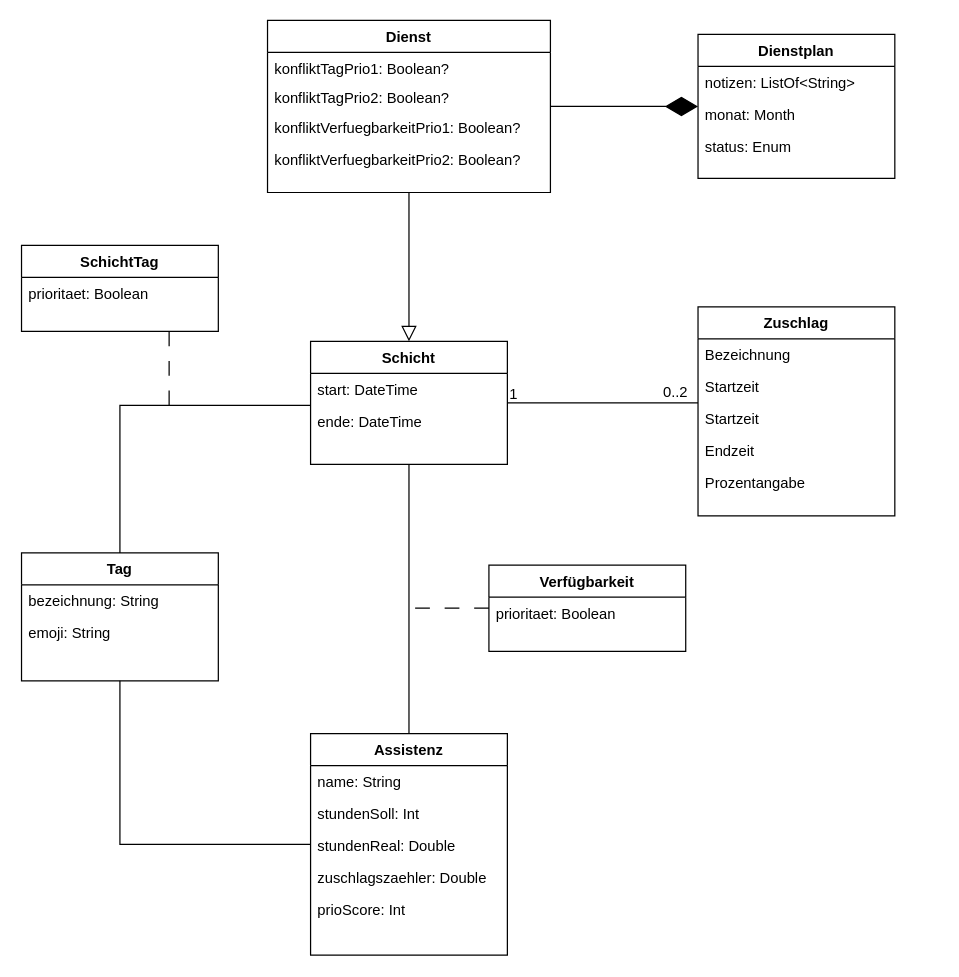
The draw.io diagram 4_Entwurf/4_UML/4_UML_Klassendiagramme/Domänenklassendiagramm_Anforderungsspezifikation.drawio in annikalenneper/praxisprojekt_mi_bachelor_SoSe24, before the edit. Source tidied: cells renumbered, new cells numbered last; positions are measured from the earlier drawing's top-left corner, leaving out a move shared by most shapes. Both pictures are drawn from the tidied source at 123%, with x=0, y=0 at pixel (21, 20).
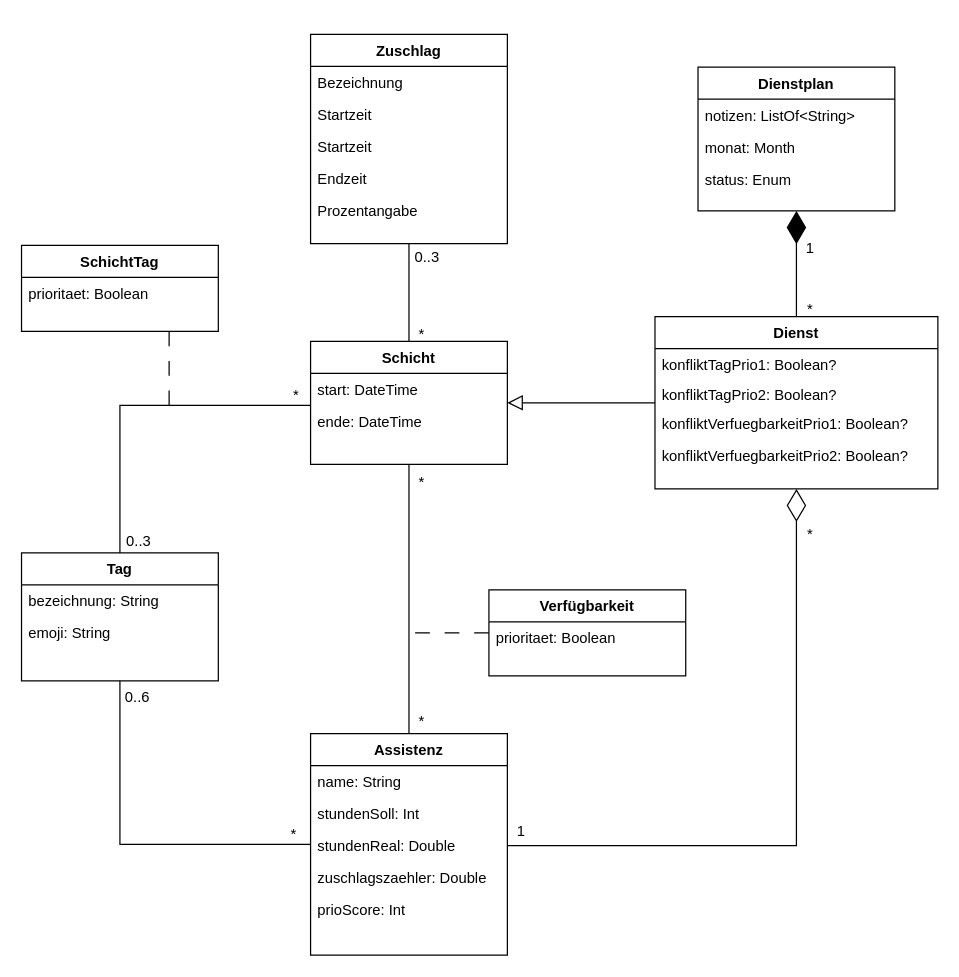
The same diagram, later.

Commit message:
finished revisited domain class model

The change refers to these unchanged cells:
```xml
<mxCell id="13" style="endArrow=none;shadow=0;strokeWidth=1;rounded=0;curved=0;endFill=0;edgeStyle=elbowEdgeStyle;elbow=vertical;" parent="1" edge="1" source="2" target="7">
  <mxGeometry x="0.5" y="41" relative="1" as="geometry">
    <mxPoint x="-40" y="32" as="offset" />
  </mxGeometry>
</mxCell>
<mxCell id="22" value="stundenReal: Double" style="text;align=left;verticalAlign=top;spacingLeft=4;spacingRight=4;overflow=hidden;points=[[0,0.5],[1,0.5]];portConstraint=eastwest;rounded=0;shadow=0;html=0;" parent="19" vertex="1">
  <mxGeometry y="78" width="160" height="26" as="geometry" />
</mxCell>
```

The edit, as a diff of the source:
```diff
@@
     <mxCell id="5" value="Verfügbarkeit" style="swimlane;fontStyle=1;align=center;verticalAlign=top;horizontal=1;startSize=26;rounded=0;shadow=0;strokeWidth=1;" parent="1" vertex="1">
-      <mxGeometry x="380" y="443" width="160" height="70" as="geometry" />
+      <mxGeometry x="380" y="463" width="160" height="70" as="geometry" />
     </mxCell>
@@
     <mxCell id="7" value="Zuschlag" style="swimlane;fontStyle=1;align=center;verticalAlign=top;horizontal=1;startSize=26;rounded=0;shadow=0;strokeWidth=1;" parent="1" vertex="1">
-      <mxGeometry x="550" y="233" width="160" height="170" as="geometry" />
+      <mxGeometry x="235" y="11.5" width="160" height="170" as="geometry" />
     </mxCell>
@@
     <mxCell id="14" value="1" style="align=left;verticalAlign=bottom;labelBackgroundColor=none;fontSize=12;" parent="13" vertex="1">
       <mxGeometry x="-1" relative="1" as="geometry">
-        <mxPoint y="1" as="offset" />
+        <mxPoint x="321" y="-67" as="offset" />
       </mxGeometry>
     </mxCell>
-    <mxCell id="15" value="0..2" style="align=right;verticalAlign=bottom;labelBackgroundColor=none;fontSize=12;" parent="13" vertex="1">
+    <mxCell id="15" value="0..3" style="align=right;verticalAlign=bottom;labelBackgroundColor=none;fontSize=12;" parent="13" vertex="1">
       <mxGeometry x="1" relative="1" as="geometry">
-        <mxPoint x="-7" as="offset" />
+        <mxPoint x="26" y="20" as="offset" />
       </mxGeometry>
     </mxCell>
@@
     <mxCell id="25" value="Dienst" style="swimlane;fontStyle=1;align=center;verticalAlign=top;horizontal=1;startSize=26;rounded=0;shadow=0;strokeWidth=1;" parent="1" vertex="1">
-      <mxGeometry x="200" width="230" height="140" as="geometry" />
+      <mxGeometry x="515" y="241" width="230" height="140" as="geometry" />
     </mxCell>
@@
     <mxCell id="30" value="Dienstplan" style="swimlane;fontStyle=1;align=center;verticalAlign=top;horizontal=1;startSize=26;rounded=0;shadow=0;strokeWidth=1;" parent="1" vertex="1">
-      <mxGeometry x="550" y="11.5" width="160" height="117" as="geometry" />
+      <mxGeometry x="550" y="38" width="160" height="117" as="geometry" />
     </mxCell>
@@
     <mxCell id="41" style="endArrow=none;startArrow=none;endFill=0;startFill=0;html=1;rounded=0;dashed=1;dashPattern=12 12;" parent="1" edge="1" target="5">
       <mxGeometry relative="1" as="geometry">
-        <mxPoint x="320" y="478" as="sourcePoint" />
+        <mxPoint x="320" y="498" as="sourcePoint" />
       </mxGeometry>
     </mxCell>
@@
+    <mxCell id="43" value="1" style="text;html=1;align=center;verticalAlign=middle;strokeColor=none;fillColor=none;" parent="1" vertex="1">
+      <mxGeometry x="391" y="645" width="30" height="30" as="geometry" />
+    </mxCell>
+    <mxCell id="44" value="*" style="text;html=1;align=center;verticalAlign=middle;strokeColor=none;fillColor=none;" parent="1" vertex="1">
+      <mxGeometry x="310" y="241" width="30" height="30" as="geometry" />
+    </mxCell>
+    <mxCell id="45" value="*" style="text;html=1;align=center;verticalAlign=middle;strokeColor=none;fillColor=none;" parent="1" vertex="1">
+      <mxGeometry x="208" y="290" width="30" height="30" as="geometry" />
+    </mxCell>
+    <mxCell id="46" value="0..3" style="text;html=1;align=center;verticalAlign=middle;strokeColor=none;fillColor=none;" parent="1" vertex="1">
+      <mxGeometry x="75" y="409" width="40" height="30" as="geometry" />
+    </mxCell>
+    <mxCell id="47" value="0..6" style="text;html=1;align=center;verticalAlign=middle;strokeColor=none;fillColor=none;" parent="1" vertex="1">
+      <mxGeometry x="74" y="536" width="40" height="30" as="geometry" />
+    </mxCell>
+    <mxCell id="48" style="endArrow=diamondThin;endFill=0;endSize=24;html=1;rounded=0;exitX=1;exitY=0.5;exitDx=0;exitDy=0;entryX=0.5;entryY=1;entryDx=0;entryDy=0;edgeStyle=orthogonalEdgeStyle;" parent="1" edge="1" source="22" target="25">
+      <mxGeometry relative="1" as="geometry" />
+    </mxCell>
+    <mxCell id="49" value="*" style="text;html=1;align=center;verticalAlign=middle;strokeColor=none;fillColor=none;" parent="1" vertex="1">
+      <mxGeometry x="626" y="220" width="30" height="30" as="geometry" />
+    </mxCell>
+    <mxCell id="50" value="*" style="text;html=1;align=center;verticalAlign=middle;strokeColor=none;fillColor=none;" parent="1" vertex="1">
+      <mxGeometry x="626" y="403" width="30" height="30" as="geometry" />
+    </mxCell>
+    <mxCell id="51" value="*" style="text;html=1;align=center;verticalAlign=middle;strokeColor=none;fillColor=none;" parent="1" vertex="1">
+      <mxGeometry x="310" y="555" width="30" height="30" as="geometry" />
+    </mxCell>
+    <mxCell id="52" value="*" style="text;html=1;align=center;verticalAlign=middle;strokeColor=none;fillColor=none;" parent="1" vertex="1">
+      <mxGeometry x="310" y="361" width="30" height="30" as="geometry" />
+    </mxCell>
+    <mxCell id="53" value="*" style="text;html=1;align=center;verticalAlign=middle;strokeColor=none;fillColor=none;" parent="1" vertex="1">
+      <mxGeometry x="206" y="647" width="30" height="30" as="geometry" />
+    </mxCell>
```
